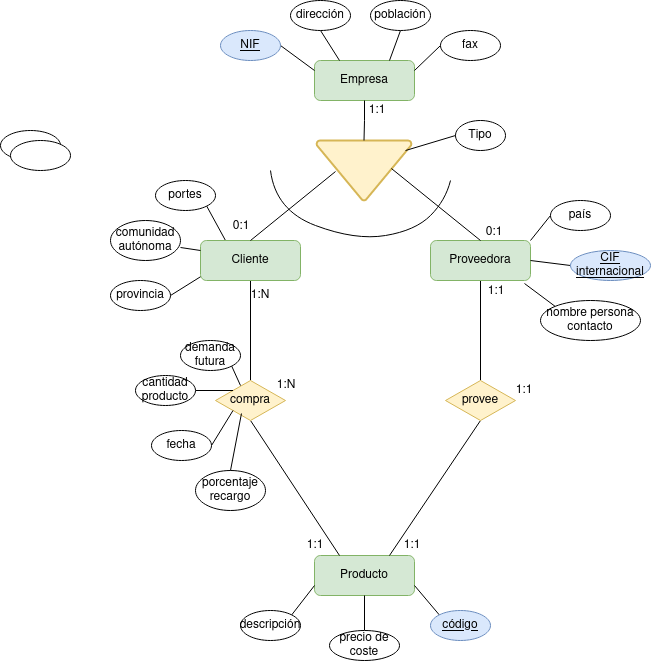
This is Unidad-1/Tareas/Tareas-evaluables/Tarea-evaluable-4/tarea-evaluable-4.drawio.png from LuisMGlez/base-datos, a draw.io export, as it was before one commit. Source tidied: cells renumbered, new cells last; positions are measured from the earlier drawing's top-left corner, leaving out a move shared by most shapes.
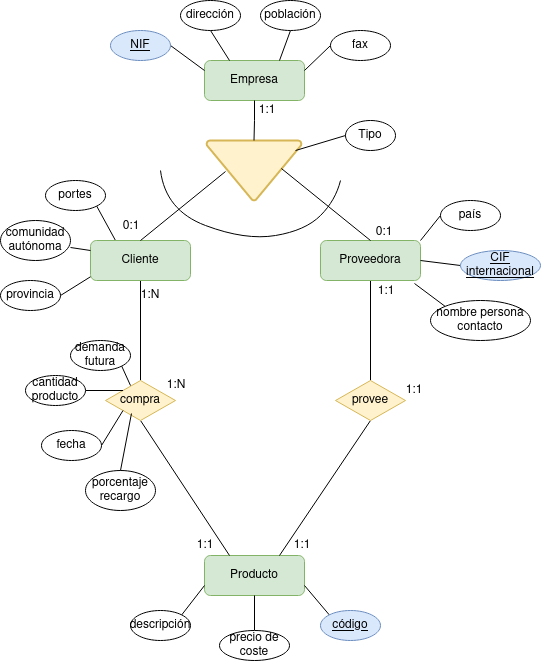
Later version of the same file.

Diff of the diagram source:
```diff
@@ -70,12 +70,6 @@
     <mxCell id="20" value="provee" style="rhombus;whiteSpace=wrap;html=1;fillColor=#fff2cc;strokeColor=#d6b656;" parent="1" vertex="1">
       <mxGeometry x="445" y="380" width="70" height="40" as="geometry" />
     </mxCell>
-    <mxCell id="21" style="ellipse;whiteSpace=wrap;html=1;" parent="1" vertex="1">
-      <mxGeometry y="130" width="60" height="30" as="geometry" />
-    </mxCell>
-    <mxCell id="22" style="ellipse;whiteSpace=wrap;html=1;" parent="1" vertex="1">
-      <mxGeometry x="10" y="140" width="60" height="30" as="geometry" />
-    </mxCell>
     <mxCell id="23" value="nombre persona contacto" style="ellipse;whiteSpace=wrap;html=1;" parent="1" vertex="1">
       <mxGeometry x="540" y="300" width="100" height="40" as="geometry" />
     </mxCell>
```
